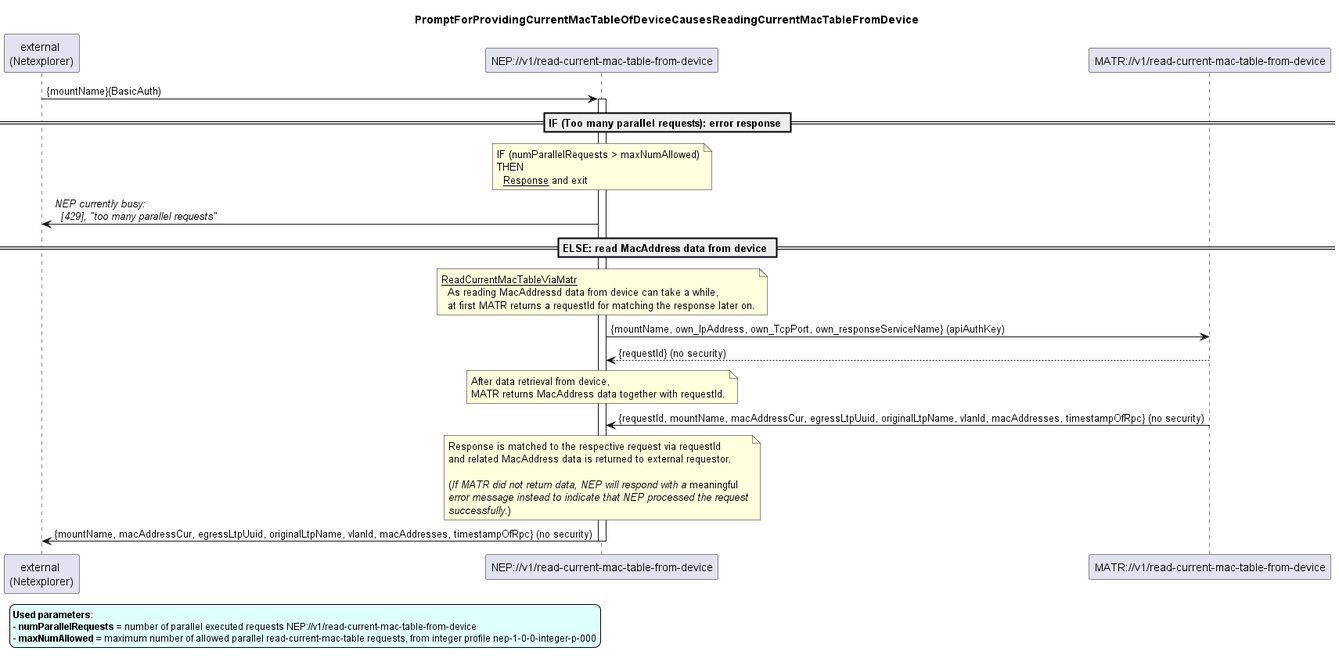
The PlantUML diagram spec/diagrams/102_ReadCurrentMacTableFromDevice.png in openBackhaul/NetExplorerProxy, before a commit. The source it was exported from:
```plantuml
@startuml 102_ReadCurrentMacTableFromDevice
skinparam responseMessageBelowArrow true
skinparam legendFontSize 12
skinparam LegendBackgroundColor #LightCyan


title PromptForProvidingCurrentMacTableOfDeviceCausesReadingCurrentMacTableFromDevice


participant "external \n(Netexplorer)" as external
participant "NEP://v1/read-current-mac-table-from-device" as nep
participant "MATR://v1/read-current-mac-table-from-device" as matr

external -> nep: {mountName}(BasicAuth)
activate nep

== IF (Too many parallel requests): error response ==
note over nep
  IF (numParallelRequests > maxNumAllowed)
  THEN
    <u>Response</u> and exit
end note
nep -> external: <i>NEP currently busy:</i>\n<i>  [429], "too many parallel requests" </i>


== ELSE: read MacAddress data from device ==
note over nep
  <u>ReadCurrentMacTableViaMatr</u>
    As reading MacAddressd data from device can take a while,
    at first MATR returns a requestId for matching the response later on.
end note
nep -> matr: {mountName, own_IpAddress, own_TcpPort, own_responseServiceName} (apiAuthKey)
matr --> nep: {requestId} (no security)

note over nep
  After data retrieval from device,
  MATR returns MacAddress data together with requestId.
end note
matr -> nep: {requestId, mountName, macAddressCur, egressLtpUuid, originalLtpName, vlanId, macAddresses, timestampOfRpc} (no security)

note over nep
  Response is matched to the respective request via requestId
  and related MacAddress data is returned to external requestor.

  (<i>If MATR did not return data, NEP will respond with a </i>meaningful
  <i>error message instead to indicate that NEP processed the request</i>
  <i>successfully</i>.)
end note
nep -> external: {mountName, macAddressCur, egressLtpUuid, originalLtpName, vlanId, macAddresses, timestampOfRpc} (no security)

deactivate nep


legend left
<b>Used parameters</b>:
- <b>numParallelRequests</b> = number of parallel executed requests NEP://v1/read-current-mac-table-from-device
- <b>maxNumAllowed</b> = maximum number of allowed parallel read-current-mac-table requests, from integer profile nep-1-0-0-integer-p-000
endlegend

@enduml
```
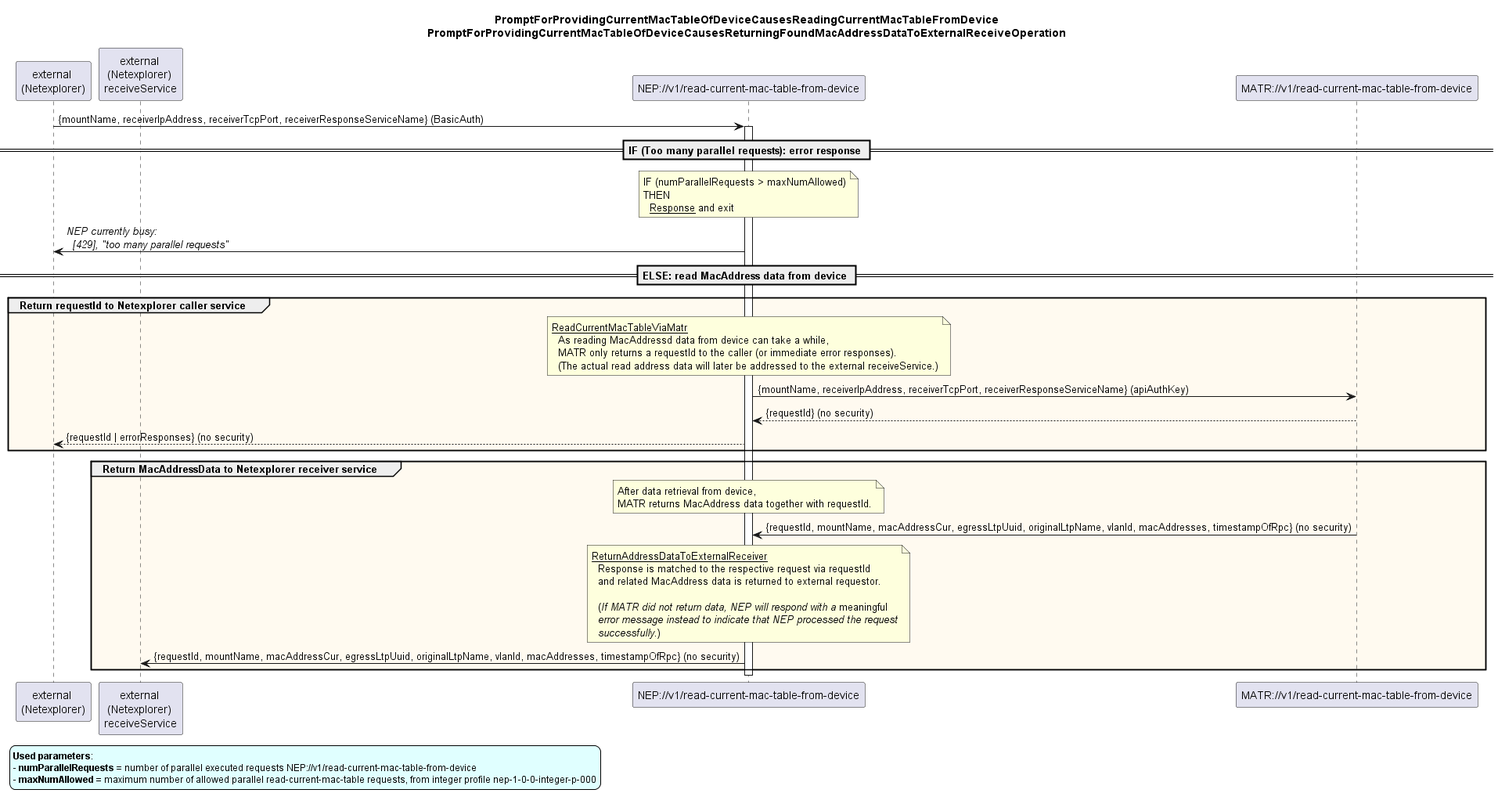
After the commit.

Commit message:
Updated read-current-diagram

Change to the diagram source:
```diff
@@ -4,14 +4,17 @@
 skinparam LegendBackgroundColor #LightCyan
 
 
-title PromptForProvidingCurrentMacTableOfDeviceCausesReadingCurrentMacTableFromDevice
-
+title
+  PromptForProvidingCurrentMacTableOfDeviceCausesReadingCurrentMacTableFromDevice
+  PromptForProvidingCurrentMacTableOfDeviceCausesReturningFoundMacAddressDataToExternalReceiveOperation
+end title
 
 participant "external \n(Netexplorer)" as external
+participant "external \n(Netexplorer) \nreceiveService" as receiver
 participant "NEP://v1/read-current-mac-table-from-device" as nep
 participant "MATR://v1/read-current-mac-table-from-device" as matr
 
-external -> nep: {mountName}(BasicAuth)
+external -> nep: {mountName, receiverIpAddress, receiverTcpPort, receiverResponseServiceName} (BasicAuth)
 activate nep
 
 == IF (Too many parallel requests): error response ==
@@ -24,29 +27,38 @@
 
 
 == ELSE: read MacAddress data from device ==
-note over nep
-  <u>ReadCurrentMacTableViaMatr</u>
-    As reading MacAddressd data from device can take a while,
-    at first MATR returns a requestId for matching the response later on.
-end note
-nep -> matr: {mountName, own_IpAddress, own_TcpPort, own_responseServiceName} (apiAuthKey)
-matr --> nep: {requestId} (no security)
+group #FFFAF0 Return requestId to Netexplorer caller service
 
-note over nep
-  After data retrieval from device,
-  MATR returns MacAddress data together with requestId.
-end note
-matr -> nep: {requestId, mountName, macAddressCur, egressLtpUuid, originalLtpName, vlanId, macAddresses, timestampOfRpc} (no security)
+  note over nep
+    <u>ReadCurrentMacTableViaMatr</u>
+      As reading MacAddressd data from device can take a while,
+      MATR only returns a requestId to the caller (or immediate error responses).
+      (The actual read address data will later be addressed to the external receiveService.)
+  end note
+  nep -> matr: {mountName, receiverIpAddress, receiverTcpPort, receiverResponseServiceName} (apiAuthKey)
+  matr --> nep: {requestId} (no security)
+  nep --> external: {requestId | errorResponses} (no security)
 
-note over nep
-  Response is matched to the respective request via requestId
-  and related MacAddress data is returned to external requestor.
+end
 
-  (<i>If MATR did not return data, NEP will respond with a </i>meaningful
-  <i>error message instead to indicate that NEP processed the request</i>
-  <i>successfully</i>.)
-end note
-nep -> external: {mountName, macAddressCur, egressLtpUuid, originalLtpName, vlanId, macAddresses, timestampOfRpc} (no security)
+group #FFFAF0 Return MacAddressData to Netexplorer receiver service
+  note over nep
+    After data retrieval from device,
+    MATR returns MacAddress data together with requestId.
+  end note
+  matr -> nep: {requestId, mountName, macAddressCur, egressLtpUuid, originalLtpName, vlanId, macAddresses, timestampOfRpc} (no security)
+
+  note over nep
+    <u>ReturnAddressDataToExternalReceiver</u>
+      Response is matched to the respective request via requestId
+      and related MacAddress data is returned to external requestor.
+
+      (<i>If MATR did not return data, NEP will respond with a </i>meaningful
+      <i>error message instead to indicate that NEP processed the request</i>
+      <i>successfully</i>.)
+  end note
+  nep -> receiver: {requestId, mountName, macAddressCur, egressLtpUuid, originalLtpName, vlanId, macAddresses, timestampOfRpc} (no security)
+end
 
 deactivate nep
 
```
